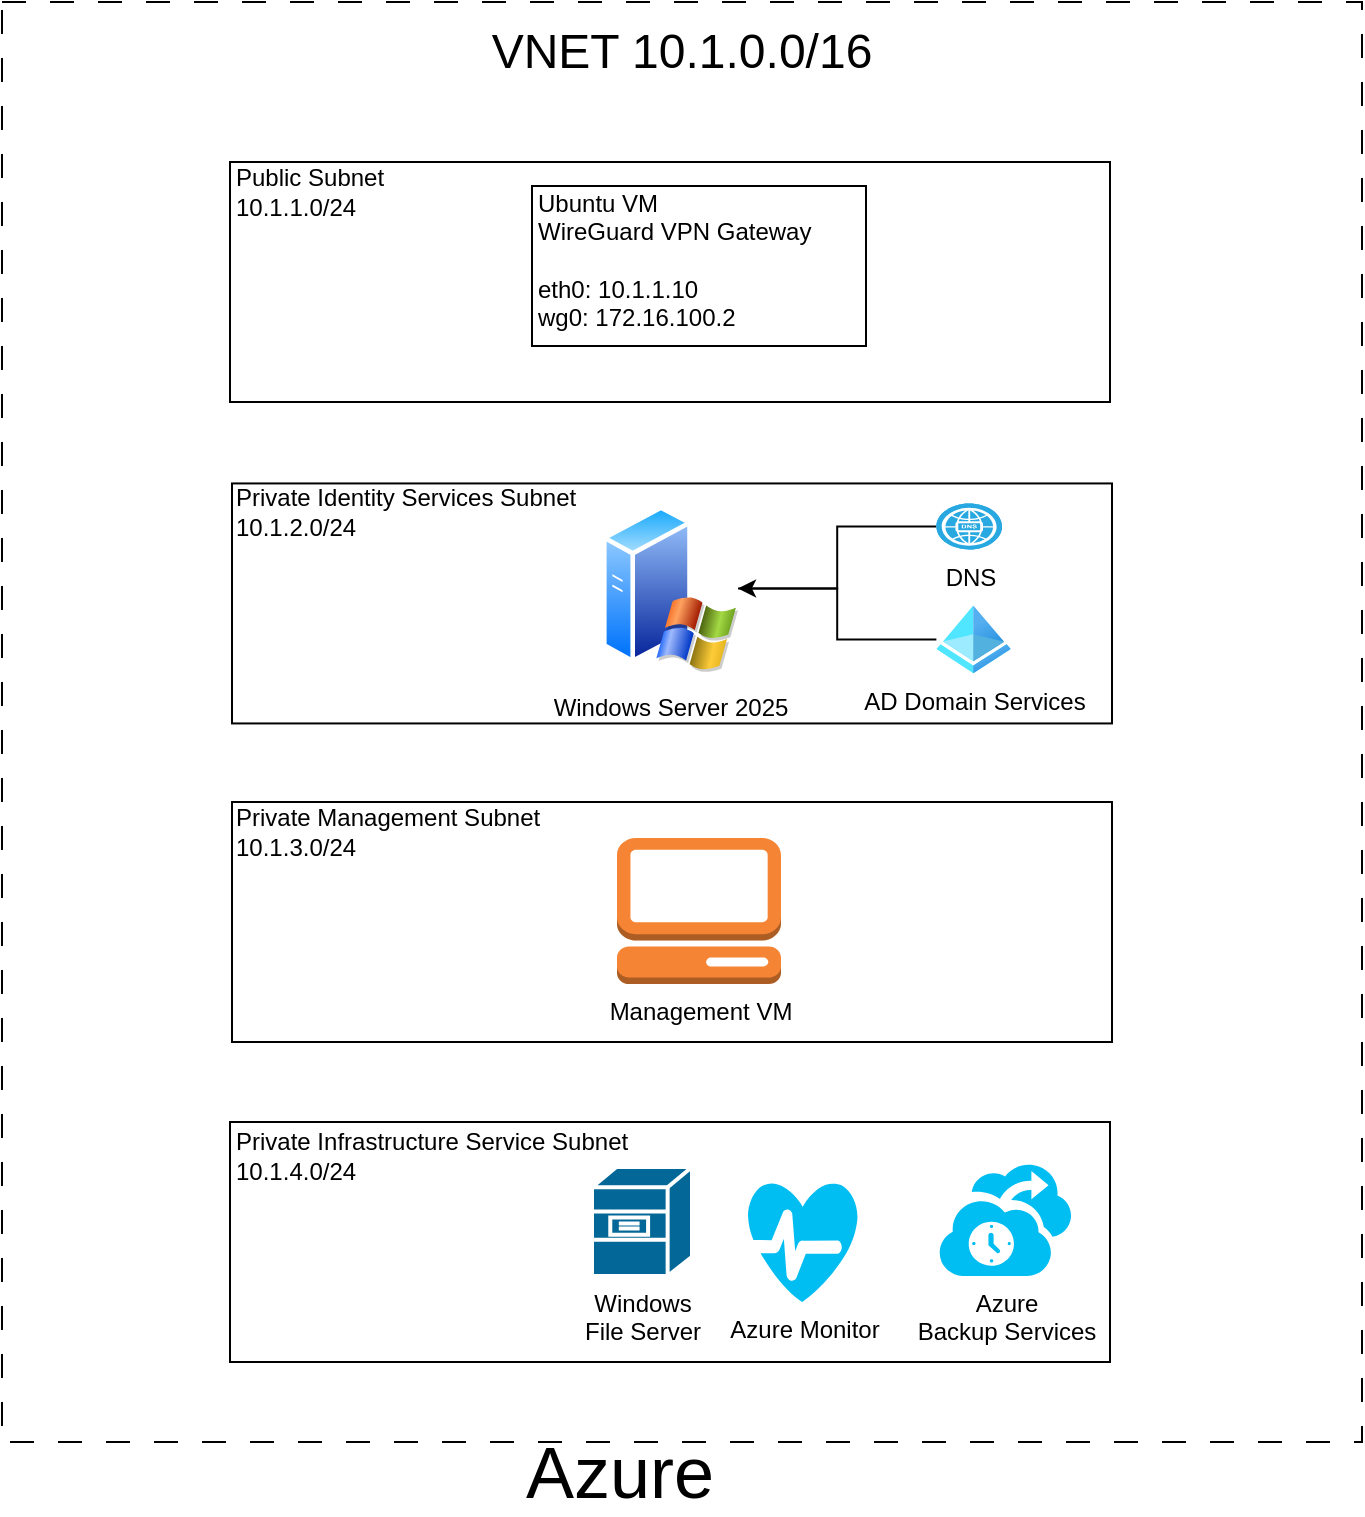
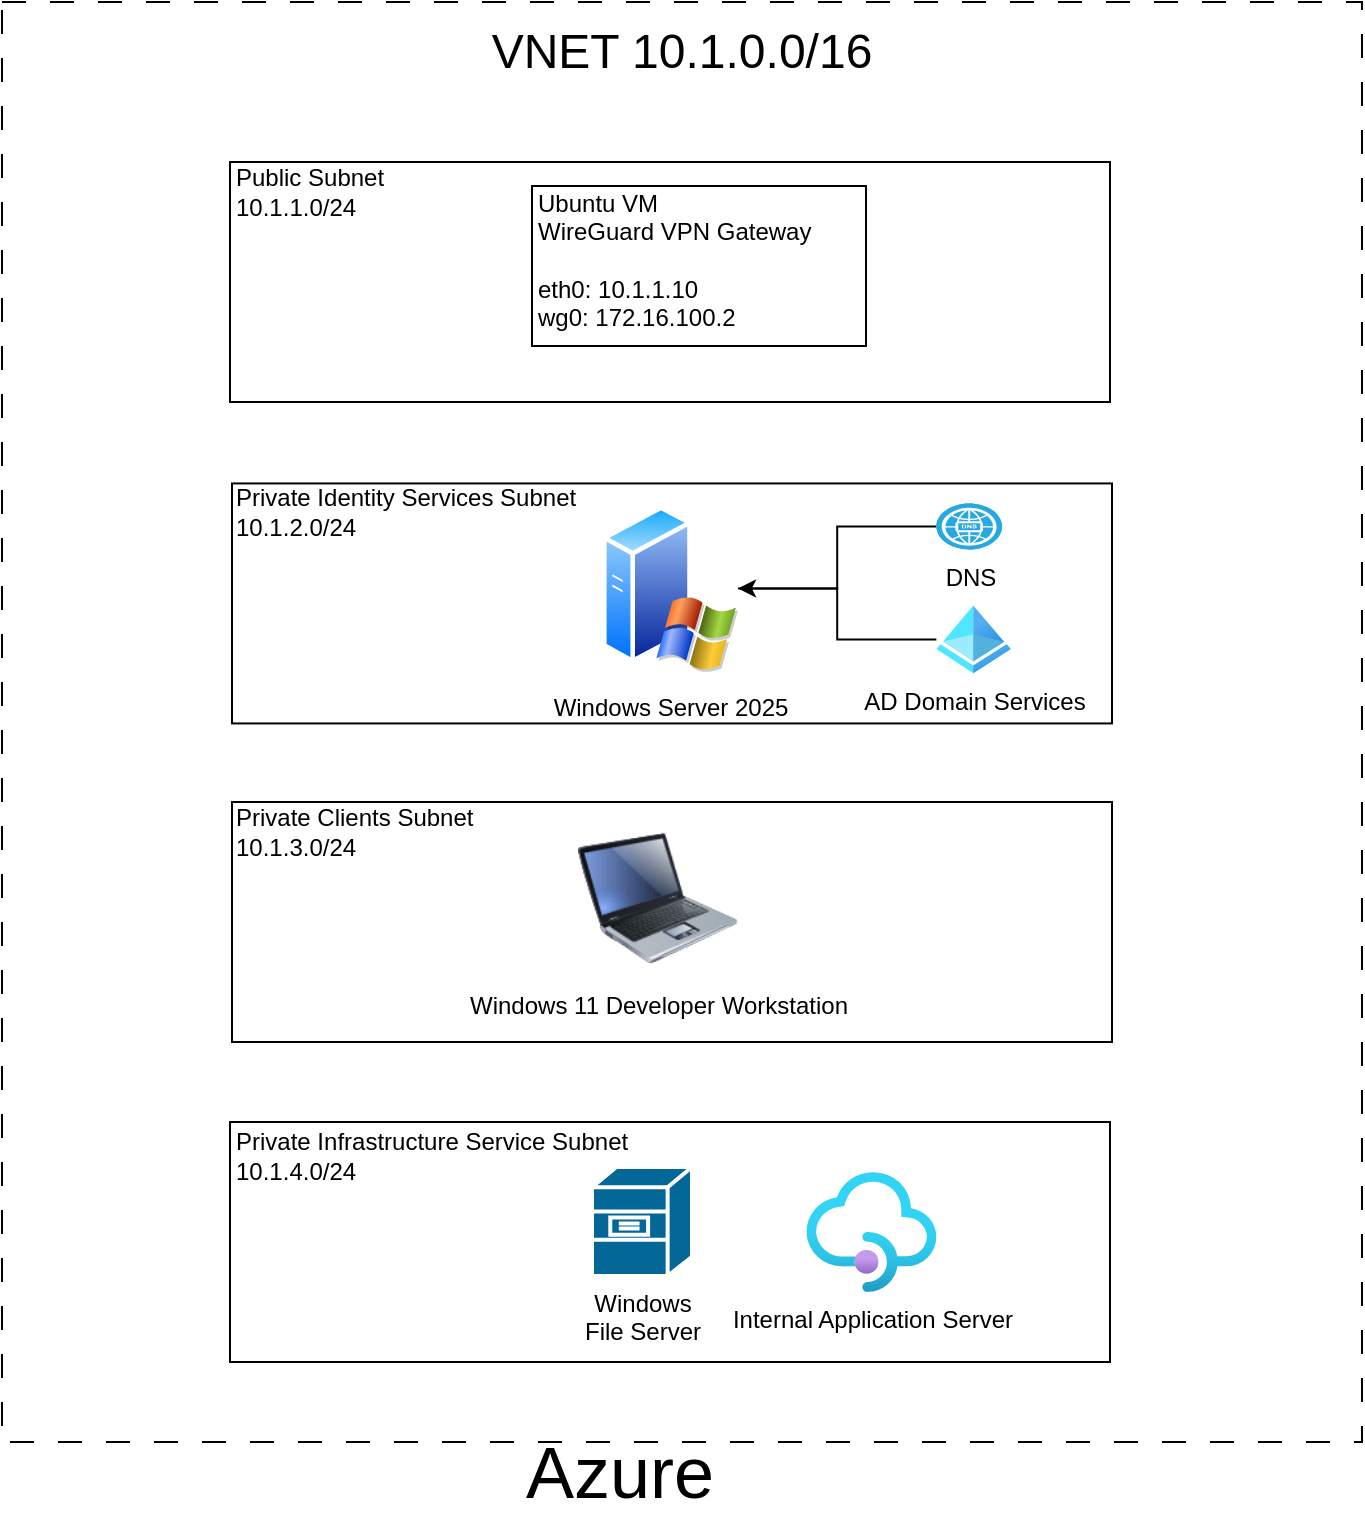
<mxfile host="Electron">
  <diagram name="Page-1" id="RP4ZPmqMCuTyzu-pA2Td">
-     <mxGraphModel dx="1478" dy="733" grid="0" gridSize="10" guides="1" tooltips="1" connect="1" arrows="1" fold="1" page="0" pageScale="1" pageWidth="850" pageHeight="1100" math="0" shadow="0">
+     <mxGraphModel dx="485" dy="740" grid="0" gridSize="10" guides="1" tooltips="1" connect="1" arrows="1" fold="1" page="0" pageScale="1" pageWidth="850" pageHeight="1100" math="0" shadow="0">
      <root>
        <mxCell id="0" />
        <mxCell id="1" parent="0" />
        <mxCell id="rDlIikh5jjJFutqVJWoI-3" parent="1" style="whiteSpace=wrap;html=1;fillColor=none;dashed=1;dashPattern=12 12;" value="" vertex="1">
          <mxGeometry height="720" width="680" x="85" y="80" as="geometry" />
        </mxCell>
        <mxCell id="rDlIikh5jjJFutqVJWoI-4" parent="1" style="text;html=1;whiteSpace=wrap;strokeColor=none;fillColor=none;align=center;verticalAlign=middle;rounded=0;" value="&lt;font style=&quot;font-size: 36px;&quot;&gt;Azure&lt;/font&gt;" vertex="1">
          <mxGeometry height="30" width="200" x="294.00000000000006" y="800" as="geometry" />
        </mxCell>
        <mxCell id="rDlIikh5jjJFutqVJWoI-5" parent="1" style="text;html=1;whiteSpace=wrap;strokeColor=none;fillColor=none;align=center;verticalAlign=middle;rounded=0;" value="&lt;font style=&quot;font-size: 24px;&quot;&gt;VNET 10.1.0.0/16&lt;/font&gt;" vertex="1">
          <mxGeometry height="30" width="220" x="315.00000000000006" y="90" as="geometry" />
        </mxCell>
        <mxCell id="rDlIikh5jjJFutqVJWoI-10" parent="1" style="whiteSpace=wrap;html=1;fillColor=none;" value="" vertex="1">
          <mxGeometry height="120" width="440" x="200" y="320.72" as="geometry" />
        </mxCell>
        <mxCell id="rDlIikh5jjJFutqVJWoI-11" parent="1" style="whiteSpace=wrap;html=1;fillColor=none;" value="" vertex="1">
          <mxGeometry height="120" width="440" x="200" y="480" as="geometry" />
        </mxCell>
        <mxCell id="rDlIikh5jjJFutqVJWoI-12" parent="1" style="whiteSpace=wrap;html=1;fillColor=none;" value="" vertex="1">
          <mxGeometry height="120" width="440" x="199" y="640" as="geometry" />
        </mxCell>
        <mxCell id="rDlIikh5jjJFutqVJWoI-14" parent="1" style="text;html=1;whiteSpace=wrap;strokeColor=none;fillColor=none;align=left;verticalAlign=middle;rounded=0;" value="Private Identity Services Subnet&lt;div&gt;10.1.2.0/24&lt;/div&gt;" vertex="1">
          <mxGeometry height="30" width="185" x="200" y="320" as="geometry" />
        </mxCell>
-         <mxCell id="rDlIikh5jjJFutqVJWoI-15" parent="1" style="text;html=1;whiteSpace=wrap;strokeColor=none;fillColor=none;align=left;verticalAlign=middle;rounded=0;" value="Private Management Subnet&lt;div&gt;10.1.3.0&lt;span style=&quot;color: rgba(0, 0, 0, 0); font-family: monospace; font-size: 0px; white-space: nowrap; background-color: transparent;&quot;&gt;%3CmxGraphModel%3E%3Croot%3E%3CmxCell%20id%3D%220%22%2F%3E%3CmxCell%20id%3D%221%22%20parent%3D%220%22%2F%3E%3CmxCell%20id%3D%222%22%20parent%3D%221%22%20style%3D%22text%3Bhtml%3D1%3BwhiteSpace%3Dwrap%3BstrokeColor%3Dnone%3BfillColor%3Dnone%3Balign%3Dcenter%3BverticalAlign%3Dmiddle%3Brounded%3D0%3B%22%20value%3D%22Private%20subnet%26lt%3Bdiv%26gt%3B10.1.1.0%2F24%26lt%3B%2Fdiv%26gt%3B%22%20vertex%3D%221%22%3E%3CmxGeometry%20height%3D%2230%22%20width%3D%22110%22%20x%3D%22280%22%20y%3D%22320%22%20as%3D%22geometry%22%2F%3E%3C%2FmxCell%3E%3C%2Froot%3E%3C%2FmxGraphModel%3E&lt;/span&gt;&lt;span style=&quot;color: rgba(0, 0, 0, 0); font-family: monospace; font-size: 0px; white-space: nowrap; background-color: transparent;&quot;&gt;%3CmxGraphModel%3E%3Croot%3E%3CmxCell%20id%3D%220%22%2F%3E%3CmxCell%20id%3D%221%22%20parent%3D%220%22%2F%3E%3CmxCell%20id%3D%222%22%20parent%3D%221%22%20style%3D%22text%3Bhtml%3D1%3BwhiteSpace%3Dwrap%3BstrokeColor%3Dnone%3BfillColor%3Dnone%3Balign%3Dcenter%3BverticalAlign%3Dmiddle%3Brounded%3D0%3B%22%20value%3D%22Private%20subnet%26lt%3Bdiv%26gt%3B10.1.1.0%2F24%26lt%3B%2Fdiv%26gt%3B%22%20vertex%3D%221%22%3E%3CmxGeometry%20height%3D%2230%22%20width%3D%22110%22%20x%3D%22280%22%20y%3D%22320%22%20as%3D%22geometry%22%2F%3E%3C%2FmxCell%3E%3C%2Froot%3E%3C%2FmxGraphModel%3E&lt;/span&gt;&lt;span style=&quot;background-color: transparent; color: light-dark(rgb(0, 0, 0), rgb(255, 255, 255));&quot;&gt;/24&lt;/span&gt;&lt;/div&gt;" vertex="1">
+         <mxCell id="rDlIikh5jjJFutqVJWoI-15" parent="1" style="text;html=1;whiteSpace=wrap;strokeColor=none;fillColor=none;align=left;verticalAlign=middle;rounded=0;" value="Private Clients Subnet&lt;div&gt;10.1.3.0&lt;span style=&quot;color: rgba(0, 0, 0, 0); font-family: monospace; font-size: 0px; white-space: nowrap; background-color: transparent;&quot;&gt;%3CmxGraphModel%3E%3Croot%3E%3CmxCell%20id%3D%220%22%2F%3E%3CmxCell%20id%3D%221%22%20parent%3D%220%22%2F%3E%3CmxCell%20id%3D%222%22%20parent%3D%221%22%20style%3D%22text%3Bhtml%3D1%3BwhiteSpace%3Dwrap%3BstrokeColor%3Dnone%3BfillColor%3Dnone%3Balign%3Dcenter%3BverticalAlign%3Dmiddle%3Brounded%3D0%3B%22%20value%3D%22Private%20subnet%26lt%3Bdiv%26gt%3B10.1.1.0%2F24%26lt%3B%2Fdiv%26gt%3B%22%20vertex%3D%221%22%3E%3CmxGeometry%20height%3D%2230%22%20width%3D%22110%22%20x%3D%22280%22%20y%3D%22320%22%20as%3D%22geometry%22%2F%3E%3C%2FmxCell%3E%3C%2Froot%3E%3C%2FmxGraphModel%3E&lt;/span&gt;&lt;span style=&quot;color: rgba(0, 0, 0, 0); font-family: monospace; font-size: 0px; white-space: nowrap; background-color: transparent;&quot;&gt;%3CmxGraphModel%3E%3Croot%3E%3CmxCell%20id%3D%220%22%2F%3E%3CmxCell%20id%3D%221%22%20parent%3D%220%22%2F%3E%3CmxCell%20id%3D%222%22%20parent%3D%221%22%20style%3D%22text%3Bhtml%3D1%3BwhiteSpace%3Dwrap%3BstrokeColor%3Dnone%3BfillColor%3Dnone%3Balign%3Dcenter%3BverticalAlign%3Dmiddle%3Brounded%3D0%3B%22%20value%3D%22Private%20subnet%26lt%3Bdiv%26gt%3B10.1.1.0%2F24%26lt%3B%2Fdiv%26gt%3B%22%20vertex%3D%221%22%3E%3CmxGeometry%20height%3D%2230%22%20width%3D%22110%22%20x%3D%22280%22%20y%3D%22320%22%20as%3D%22geometry%22%2F%3E%3C%2FmxCell%3E%3C%2Froot%3E%3C%2FmxGraphModel%3E&lt;/span&gt;&lt;span style=&quot;background-color: transparent; color: light-dark(rgb(0, 0, 0), rgb(255, 255, 255));&quot;&gt;/24&lt;/span&gt;&lt;/div&gt;" vertex="1">
          <mxGeometry height="30" width="165" x="200" y="480" as="geometry" />
        </mxCell>
        <mxCell id="rDlIikh5jjJFutqVJWoI-16" parent="1" style="text;html=1;whiteSpace=wrap;strokeColor=none;fillColor=none;align=left;verticalAlign=middle;rounded=0;" value="Private Infrastructure Service Subnet&lt;div&gt;10.1.4.0/24&lt;/div&gt;" vertex="1">
          <mxGeometry height="30" width="215" x="200" y="642" as="geometry" />
        </mxCell>
        <mxCell id="rDlIikh5jjJFutqVJWoI-34" edge="1" parent="1" source="rDlIikh5jjJFutqVJWoI-21" style="edgeStyle=orthogonalEdgeStyle;rounded=0;orthogonalLoop=1;jettySize=auto;html=1;endArrow=none;endFill=0;" target="rDlIikh5jjJFutqVJWoI-33" value="">
          <mxGeometry relative="1" as="geometry" />
        </mxCell>
        <mxCell id="rDlIikh5jjJFutqVJWoI-21" parent="1" style="image;aspect=fixed;perimeter=ellipsePerimeter;html=1;align=center;shadow=0;dashed=0;spacingTop=3;image=img/lib/active_directory/windows_server_2.svg;" value="Windows Server 2025" vertex="1">
          <mxGeometry height="84.98" width="68" x="385" y="330.72" as="geometry" />
        </mxCell>
-         <mxCell id="rDlIikh5jjJFutqVJWoI-23" parent="1" style="outlineConnect=0;dashed=0;verticalLabelPosition=bottom;verticalAlign=top;align=center;html=1;shape=mxgraph.aws3.management_console;fillColor=#F58534;gradientColor=none;" value="Management VM" vertex="1">
-           <mxGeometry height="73" width="82" x="392.5" y="498" as="geometry" />
-         </mxCell>
        <mxCell id="rDlIikh5jjJFutqVJWoI-25" parent="1" style="strokeColor=#ffffff;sketch=0;html=1;pointerEvents=1;dashed=0;fillColor=#036897;strokeWidth=2;verticalLabelPosition=bottom;verticalAlign=top;align=center;outlineConnect=0;shape=mxgraph.cisco.servers.file_server;" value="&lt;div&gt;Windows&lt;/div&gt;File Server" vertex="1">
          <mxGeometry height="54.5" width="50" x="380" y="662.5" as="geometry" />
-         </mxCell>
-         <mxCell id="rDlIikh5jjJFutqVJWoI-26" parent="1" style="verticalLabelPosition=bottom;html=1;verticalAlign=top;align=center;strokeColor=none;fillColor=#00BEF2;shape=mxgraph.azure.health_monitoring;" value="Azure Monitor" vertex="1">
-           <mxGeometry height="60" width="55" x="458" y="670" as="geometry" />
-         </mxCell>
-         <mxCell id="rDlIikh5jjJFutqVJWoI-27" parent="1" style="verticalLabelPosition=bottom;html=1;verticalAlign=top;align=center;strokeColor=none;fillColor=#00BEF2;shape=mxgraph.azure.backup_service;" value="&lt;div&gt;Azure&lt;/div&gt;Backup Services" vertex="1">
-           <mxGeometry height="57" width="67" x="553" y="660" as="geometry" />
        </mxCell>
        <mxCell id="rDlIikh5jjJFutqVJWoI-35" edge="1" parent="1" source="rDlIikh5jjJFutqVJWoI-32" style="edgeStyle=orthogonalEdgeStyle;rounded=0;orthogonalLoop=1;jettySize=auto;html=1;" target="rDlIikh5jjJFutqVJWoI-21" value="">
          <mxGeometry relative="1" as="geometry" />
        </mxCell>
        <mxCell id="rDlIikh5jjJFutqVJWoI-32" parent="1" style="fillColor=#28A8E0;verticalLabelPosition=bottom;sketch=0;html=1;strokeColor=#ffffff;verticalAlign=top;align=center;points=[[0.145,0.145,0],[0.5,0,0],[0.855,0.145,0],[1,0.5,0],[0.855,0.855,0],[0.5,1,0],[0.145,0.855,0],[0,0.5,0]];pointerEvents=1;shape=mxgraph.cisco_safe.compositeIcon;bgIcon=ellipse;resIcon=mxgraph.cisco_safe.capability.dns;" value="DNS" vertex="1">
          <mxGeometry height="23" width="32.81" x="552.19" y="330.72" as="geometry" />
        </mxCell>
        <mxCell id="rDlIikh5jjJFutqVJWoI-33" parent="1" style="image;aspect=fixed;html=1;points=[];align=center;fontSize=12;image=img/lib/azure2/identity/Azure_Active_Directory.svg;" value="AD Domain Services" vertex="1">
          <mxGeometry height="34" width="37.19" x="552.19" y="381.7" as="geometry" />
        </mxCell>
        <mxCell id="2-BQfcV8EPxYpGFBvRmM-1" parent="1" style="whiteSpace=wrap;html=1;fillColor=none;" value="" vertex="1">
          <mxGeometry height="120" width="440" x="199" y="160" as="geometry" />
        </mxCell>
        <mxCell id="2-BQfcV8EPxYpGFBvRmM-2" parent="1" style="text;html=1;whiteSpace=wrap;strokeColor=none;fillColor=none;align=left;verticalAlign=middle;rounded=0;" value="Public Subnet&lt;div&gt;10.1.1.0/24&lt;/div&gt;" vertex="1">
          <mxGeometry height="30" width="185" x="200" y="160" as="geometry" />
        </mxCell>
        <mxCell id="2-BQfcV8EPxYpGFBvRmM-3" parent="1" style="whiteSpace=wrap;html=1;fillColor=none;" value="" vertex="1">
          <mxGeometry height="80" width="167" x="350" y="172" as="geometry" />
        </mxCell>
        <mxCell id="2-BQfcV8EPxYpGFBvRmM-4" parent="1" style="text;html=1;whiteSpace=wrap;strokeColor=none;fillColor=none;align=left;verticalAlign=middle;rounded=0;" value="Ubuntu VM&lt;div&gt;WireGuard VPN Gateway&lt;/div&gt;&lt;div&gt;&lt;br&gt;&lt;/div&gt;&lt;div&gt;eth0: 10.1.1.10&lt;br&gt;&lt;div&gt;&lt;div&gt;wg0: 172.16.100.2&lt;/div&gt;&lt;/div&gt;&lt;/div&gt;" vertex="1">
          <mxGeometry height="30" width="162" x="351" y="194" as="geometry" />
        </mxCell>
+         <mxCell id="cP9SHoMEJHJUxG85aHL--1" parent="1" style="image;html=1;image=img/lib/clip_art/computers/Laptop_128x128.png" value="Windows 11 Developer Workstation" vertex="1">
+           <mxGeometry height="80" width="80" x="373" y="488" as="geometry" />
+         </mxCell>
+         <mxCell id="cP9SHoMEJHJUxG85aHL--2" parent="1" style="image;aspect=fixed;html=1;points=[];align=center;fontSize=12;image=img/lib/azure2/app_services/API_Management_Services.svg;" value="Internal Application Server" vertex="1">
+           <mxGeometry height="60" width="65" x="487.19" y="665" as="geometry" />
+         </mxCell>
      </root>
    </mxGraphModel>
  </diagram>
</mxfile>
